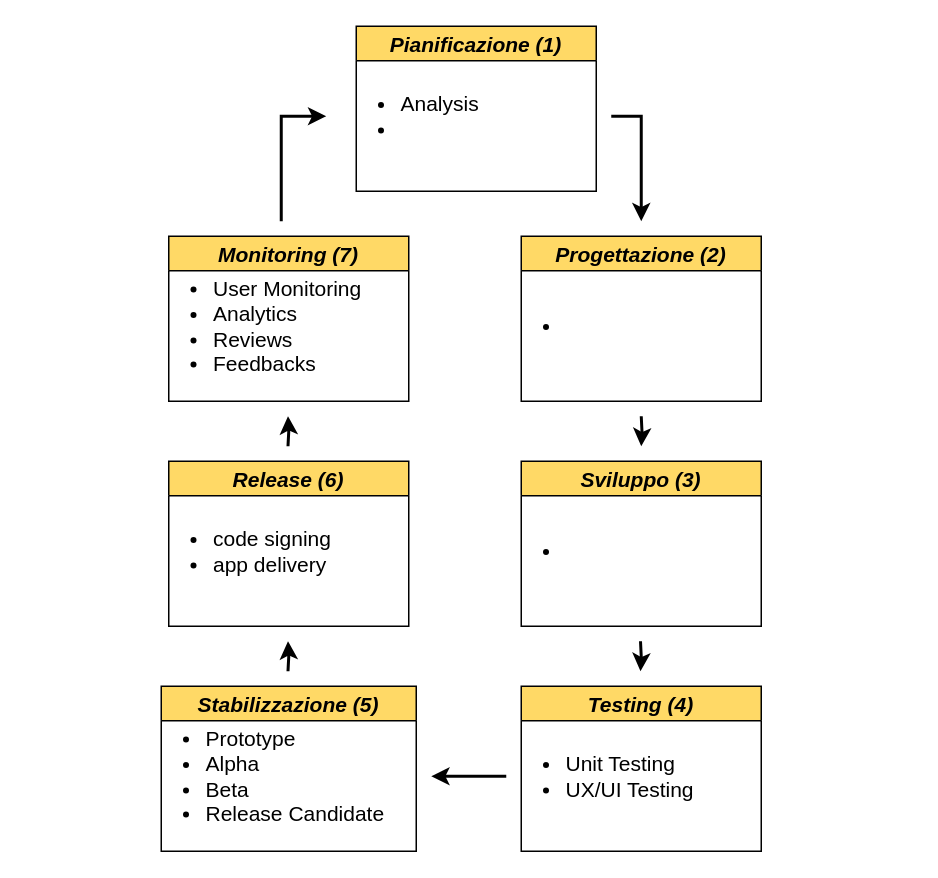
Above: page "Page-9" (9 of 10) of tesi-2.drawio in paganellif/tesi-paganelli (draw.io), before the change. Source tidied: cells renumbered, new cells numbered last; positions are measured from the earlier drawing's top-left corner, leaving out a move shared by most shapes. Both pictures are drawn from the tidied source at 150%, with x=0, y=0 at pixel (146, 26).
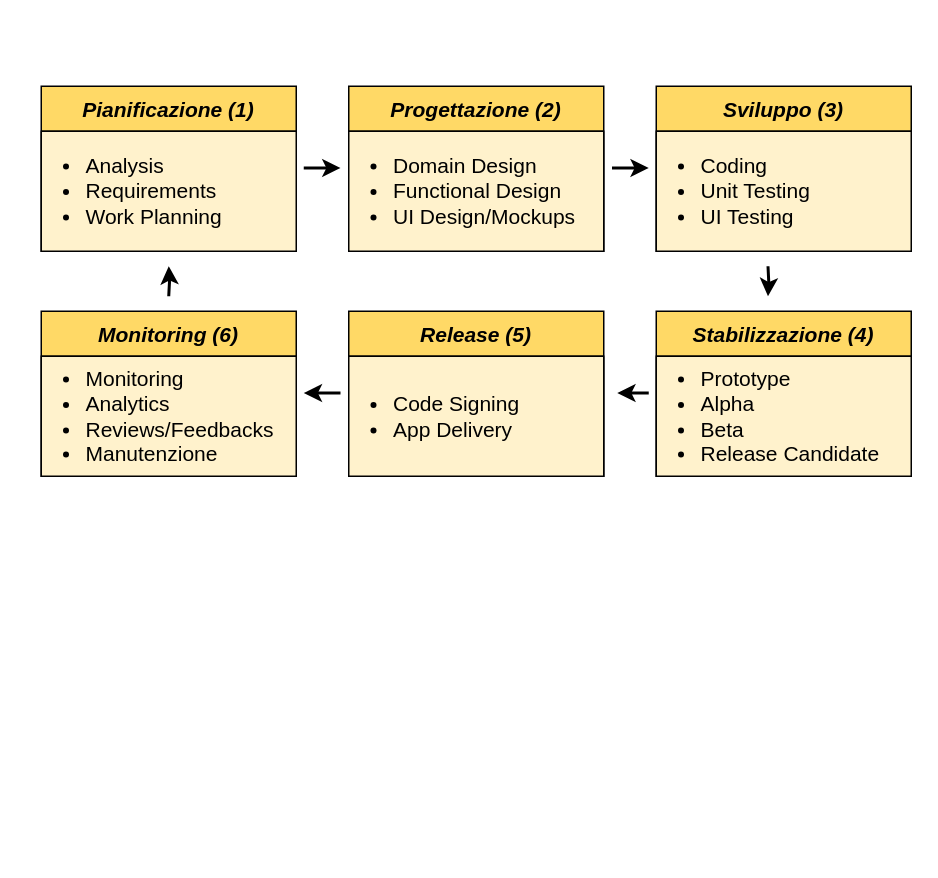
After the change.

Change to the diagram source:
```diff
@@
-    <mxCell id="2" value="Testing (4)" style="swimlane;fillColor=#FFD966;fontSize=14;fontStyle=3;" parent="1" vertex="1">
-      <mxGeometry x="250" y="440" width="160" height="110" as="geometry" />
-    </mxCell>
-    <mxCell id="3" value="&lt;ul style=&quot;font-size: 14px;&quot;&gt;&lt;li style=&quot;font-size: 14px;&quot;&gt;Unit Testing&lt;/li&gt;&lt;li style=&quot;font-size: 14px;&quot;&gt;UX/UI Testing&lt;/li&gt;&lt;/ul&gt;" style="text;html=1;align=left;verticalAlign=middle;strokeColor=none;fillColor=none;fontSize=14;spacing=0;" parent="2" vertex="1">
-      <mxGeometry x="-10" y="25" width="140" height="70" as="geometry" />
-    </mxCell>
-    <mxCell id="4" value="Stabilizzazione (5)" style="swimlane;fillColor=#FFD966;fontSize=14;fontStyle=3;" parent="1" vertex="1">
-      <mxGeometry x="10" y="440" width="170" height="110" as="geometry" />
+    <mxCell id="4" value="Stabilizzazione (4)" style="swimlane;fillColor=#FFD966;fontSize=14;fontStyle=3;startSize=30;" parent="1" vertex="1">
+      <mxGeometry x="340" y="190" width="170" height="110" as="geometry" />
     </mxCell>
+    <mxCell id="23" style="rounded=0;whiteSpace=wrap;html=1;fillColor=#fff2cc;strokeColor=#000000;" parent="4" vertex="1">
+      <mxGeometry y="30" width="170" height="80" as="geometry" />
+    </mxCell>
     <mxCell id="5" value="&lt;ul style=&quot;font-size: 14px;&quot;&gt;&lt;li style=&quot;font-size: 14px;&quot;&gt;Prototype&lt;/li&gt;&lt;li style=&quot;font-size: 14px;&quot;&gt;Alpha&lt;/li&gt;&lt;li style=&quot;font-size: 14px;&quot;&gt;Beta&lt;/li&gt;&lt;li style=&quot;font-size: 14px;&quot;&gt;Release Candidate&lt;/li&gt;&lt;/ul&gt;" style="text;html=1;align=left;verticalAlign=middle;strokeColor=none;fillColor=none;fontSize=14;spacing=0;" parent="4" vertex="1">
-      <mxGeometry x="-10" y="10" width="180" height="100" as="geometry" />
+      <mxGeometry x="-10" y="20" width="180" height="100" as="geometry" />
     </mxCell>
     <mxCell id="6" style="endArrow=classic;startArrow=none;html=1;rounded=0;strokeWidth=2;edgeStyle=orthogonalEdgeStyle;curved=1;startFill=0;" parent="1" edge="1">
       <mxGeometry relative="1" as="geometry">
-        <mxPoint x="330" y="260" as="sourcePoint" />
-        <mxPoint x="330" y="280" as="targetPoint" />
+        <mxPoint x="414.5" y="160" as="sourcePoint" />
+        <mxPoint x="414.5" y="180" as="targetPoint" />
       </mxGeometry>
     </mxCell>
-    <mxCell id="7" style="endArrow=classic;startArrow=none;html=1;rounded=0;strokeWidth=2;edgeStyle=orthogonalEdgeStyle;curved=1;startFill=0;" parent="1" edge="1">
-      <mxGeometry relative="1" as="geometry">
-        <mxPoint x="240" y="500" as="sourcePoint" />
-        <mxPoint x="190" y="500" as="targetPoint" />
-        <Array as="points">
-          <mxPoint x="240" y="500" />
-          <mxPoint x="240" y="500" />
-        </Array>
-      </mxGeometry>
-    </mxCell>
     <mxCell id="8" style="endArrow=classic;startArrow=none;html=1;rounded=0;strokeWidth=2;edgeStyle=orthogonalEdgeStyle;curved=1;startFill=0;" parent="1" edge="1">
       <mxGeometry relative="1" as="geometry">
-        <mxPoint x="94.5" y="280" as="sourcePoint" />
-        <mxPoint x="94.5" y="260" as="targetPoint" />
+        <mxPoint x="15" y="180" as="sourcePoint" />
+        <mxPoint x="15" y="160" as="targetPoint" />
       </mxGeometry>
     </mxCell>
-    <mxCell id="9" value="Sviluppo (3)" style="swimlane;fillColor=#FFD966;fontSize=14;fontStyle=3;" parent="1" vertex="1">
-      <mxGeometry x="250" y="290" width="160" height="110" as="geometry" />
+    <mxCell id="9" value="Sviluppo (3)" style="swimlane;fillColor=#FFD966;fontSize=14;fontStyle=3;startSize=30;" parent="1" vertex="1">
+      <mxGeometry x="340" y="40" width="170" height="110" as="geometry" />
     </mxCell>
+    <mxCell id="24" style="rounded=0;whiteSpace=wrap;html=1;fillColor=#fff2cc;strokeColor=#000000;" parent="9" vertex="1">
+      <mxGeometry y="30" width="170" height="80" as="geometry" />
+    </mxCell>
-    <mxCell id="10" value="&lt;ul style=&quot;font-size: 14px;&quot;&gt;&lt;li style=&quot;font-size: 14px;&quot;&gt;&lt;br&gt;&lt;/li&gt;&lt;/ul&gt;" style="text;html=1;align=left;verticalAlign=middle;strokeColor=none;fillColor=none;fontSize=14;spacing=0;" parent="9" vertex="1">
-      <mxGeometry x="-10" y="35" width="60" height="50" as="geometry" />
+    <mxCell id="10" value="&lt;ul style=&quot;font-size: 14px;&quot;&gt;&lt;li&gt;Coding&lt;/li&gt;&lt;li&gt;Unit Testing&lt;/li&gt;&lt;li&gt;UI Testing&lt;/li&gt;&lt;/ul&gt;" style="text;html=1;align=left;verticalAlign=middle;strokeColor=none;fillColor=none;fontSize=14;spacing=0;" parent="9" vertex="1">
+      <mxGeometry x="-10" y="25" width="130" height="90" as="geometry" />
     </mxCell>
-    <mxCell id="11" value="Progettazione (2)" style="swimlane;fillColor=#FFD966;fontSize=14;fontStyle=3;" parent="1" vertex="1">
-      <mxGeometry x="250" y="140" width="160" height="110" as="geometry" />
+    <mxCell id="11" value="Progettazione (2)" style="swimlane;fillColor=#FFD966;fontSize=14;fontStyle=3;startSize=30;" parent="1" vertex="1">
+      <mxGeometry x="135" y="40" width="170" height="110" as="geometry" />
     </mxCell>
+    <mxCell id="25" style="rounded=0;whiteSpace=wrap;html=1;fillColor=#fff2cc;strokeColor=#000000;" parent="11" vertex="1">
+      <mxGeometry y="30" width="170" height="80" as="geometry" />
+    </mxCell>
-    <mxCell id="12" value="&lt;ul style=&quot;font-size: 14px;&quot;&gt;&lt;li style=&quot;font-size: 14px;&quot;&gt;&lt;br&gt;&lt;/li&gt;&lt;/ul&gt;" style="text;html=1;align=left;verticalAlign=middle;strokeColor=none;fillColor=none;fontSize=14;spacing=0;" parent="11" vertex="1">
-      <mxGeometry x="-10" y="35" width="60" height="50" as="geometry" />
+    <mxCell id="12" value="&lt;ul style=&quot;font-size: 14px;&quot;&gt;&lt;li style=&quot;font-size: 14px;&quot;&gt;Domain Design&lt;/li&gt;&lt;li style=&quot;font-size: 14px;&quot;&gt;Functional Design&lt;/li&gt;&lt;li style=&quot;font-size: 14px;&quot;&gt;UI Design/Mockups&lt;/li&gt;&lt;/ul&gt;" style="text;html=1;align=left;verticalAlign=middle;strokeColor=none;fillColor=none;fontSize=14;spacing=0;" parent="11" vertex="1">
+      <mxGeometry x="-10" y="25" width="180" height="90" as="geometry" />
     </mxCell>
-    <mxCell id="13" value="Monitoring (7)" style="swimlane;fillColor=#FFD966;fontSize=14;fontStyle=3;" parent="1" vertex="1">
-      <mxGeometry x="15" y="140" width="160" height="110" as="geometry" />
+    <mxCell id="13" value="Monitoring (6)" style="swimlane;fillColor=#FFD966;fontSize=14;fontStyle=3;startSize=30;" parent="1" vertex="1">
+      <mxGeometry x="-70" y="190" width="170" height="110" as="geometry" />
     </mxCell>
+    <mxCell id="26" style="rounded=0;whiteSpace=wrap;html=1;fillColor=#fff2cc;strokeColor=#000000;" parent="13" vertex="1">
+      <mxGeometry y="30" width="170" height="80" as="geometry" />
+    </mxCell>
-    <mxCell id="14" value="&lt;ul style=&quot;font-size: 14px;&quot;&gt;&lt;li style=&quot;font-size: 14px;&quot;&gt;User Monitoring&lt;/li&gt;&lt;li style=&quot;font-size: 14px;&quot;&gt;Analytics&lt;/li&gt;&lt;li style=&quot;font-size: 14px;&quot;&gt;Reviews&lt;/li&gt;&lt;li style=&quot;font-size: 14px;&quot;&gt;Feedbacks&lt;/li&gt;&lt;/ul&gt;" style="text;html=1;align=left;verticalAlign=middle;strokeColor=none;fillColor=none;fontSize=14;spacing=0;" parent="13" vertex="1">
-      <mxGeometry x="-10" y="10" width="160" height="100" as="geometry" />
+    <mxCell id="14" value="&lt;ul style=&quot;font-size: 14px;&quot;&gt;&lt;li style=&quot;font-size: 14px;&quot;&gt;Monitoring&lt;/li&gt;&lt;li style=&quot;font-size: 14px;&quot;&gt;Analytics&lt;/li&gt;&lt;li style=&quot;font-size: 14px;&quot;&gt;Reviews/Feedbacks&lt;/li&gt;&lt;li style=&quot;font-size: 14px;&quot;&gt;Manutenzione&lt;/li&gt;&lt;/ul&gt;" style="text;html=1;align=left;verticalAlign=middle;strokeColor=none;fillColor=none;fontSize=14;spacing=0;" parent="13" vertex="1">
+      <mxGeometry x="-10" y="20" width="180" height="100" as="geometry" />
     </mxCell>
-    <mxCell id="15" value="Release (6)" style="swimlane;fillColor=#FFD966;fontSize=14;fontStyle=3;" parent="1" vertex="1">
-      <mxGeometry x="15" y="290" width="160" height="110" as="geometry" />
+    <mxCell id="15" value="Release (5)" style="swimlane;fillColor=#FFD966;fontSize=14;fontStyle=3;startSize=30;" parent="1" vertex="1">
+      <mxGeometry x="135" y="190" width="170" height="110" as="geometry" />
     </mxCell>
+    <mxCell id="27" style="rounded=0;whiteSpace=wrap;html=1;fillColor=#fff2cc;strokeColor=#000000;" parent="15" vertex="1">
+      <mxGeometry y="30" width="170" height="80" as="geometry" />
+    </mxCell>
-    <mxCell id="16" value="&lt;ul style=&quot;font-size: 14px;&quot;&gt;&lt;li style=&quot;font-size: 14px;&quot;&gt;code signing&lt;/li&gt;&lt;li style=&quot;font-size: 14px;&quot;&gt;app delivery&lt;/li&gt;&lt;/ul&gt;" style="text;html=1;align=left;verticalAlign=middle;strokeColor=none;fillColor=none;fontSize=14;spacing=0;" parent="15" vertex="1">
-      <mxGeometry x="-10" y="25" width="140" height="70" as="geometry" />
+    <mxCell id="16" value="&lt;ul style=&quot;font-size: 14px;&quot;&gt;&lt;li style=&quot;font-size: 14px;&quot;&gt;Code Signing&lt;/li&gt;&lt;li style=&quot;font-size: 14px;&quot;&gt;App Delivery&lt;/li&gt;&lt;/ul&gt;" style="text;html=1;align=left;verticalAlign=middle;strokeColor=none;fillColor=none;fontSize=14;spacing=0;" parent="15" vertex="1">
+      <mxGeometry x="-10" y="35" width="140" height="70" as="geometry" />
     </mxCell>
-    <mxCell id="17" value="Pianificazione (1)" style="swimlane;fillColor=#FFD966;fontSize=14;fontStyle=3;" parent="1" vertex="1">
-      <mxGeometry x="140" width="160" height="110" as="geometry" />
+    <mxCell id="17" value="Pianificazione (1)" style="swimlane;fillColor=#FFD966;fontSize=14;fontStyle=3;startSize=30;" parent="1" vertex="1">
+      <mxGeometry x="-70" y="40" width="170" height="110" as="geometry" />
     </mxCell>
+    <mxCell id="28" style="rounded=0;whiteSpace=wrap;html=1;fillColor=#fff2cc;strokeColor=#000000;" parent="17" vertex="1">
+      <mxGeometry y="30" width="170" height="80" as="geometry" />
+    </mxCell>
-    <mxCell id="18" value="&lt;ul style=&quot;font-size: 14px;&quot;&gt;&lt;li style=&quot;font-size: 14px;&quot;&gt;Analysis&lt;/li&gt;&lt;li style=&quot;font-size: 14px;&quot;&gt;&lt;br&gt;&lt;/li&gt;&lt;/ul&gt;" style="text;html=1;align=left;verticalAlign=middle;strokeColor=none;fillColor=none;fontSize=14;spacing=0;" parent="17" vertex="1">
-      <mxGeometry x="-10" y="25" width="110" height="70" as="geometry" />
+    <mxCell id="18" value="&lt;ul style=&quot;font-size: 14px;&quot;&gt;&lt;li style=&quot;font-size: 14px;&quot;&gt;Analysis&amp;nbsp;&lt;/li&gt;&lt;li style=&quot;font-size: 14px;&quot;&gt;Requirements&lt;/li&gt;&lt;li style=&quot;font-size: 14px;&quot;&gt;Work Planning&lt;/li&gt;&lt;/ul&gt;" style="text;html=1;align=left;verticalAlign=middle;strokeColor=none;fillColor=none;fontSize=14;spacing=0;" parent="17" vertex="1">
+      <mxGeometry x="-10" y="25" width="150" height="90" as="geometry" />
     </mxCell>
-    <mxCell id="19" style="endArrow=classic;startArrow=none;html=1;rounded=0;strokeWidth=2;startFill=0;" parent="1" edge="1">
-      <mxGeometry relative="1" as="geometry">
-        <mxPoint x="310" y="60" as="sourcePoint" />
-        <mxPoint x="330" y="130" as="targetPoint" />
-        <Array as="points">
-          <mxPoint x="330" y="60" />
-        </Array>
-      </mxGeometry>
-    </mxCell>
-    <mxCell id="20" style="endArrow=classic;startArrow=none;html=1;rounded=0;strokeWidth=2;startFill=0;" parent="1" edge="1">
-      <mxGeometry relative="1" as="geometry">
-        <mxPoint x="90" y="130" as="sourcePoint" />
-        <mxPoint x="120" y="60" as="targetPoint" />
-        <Array as="points">
-          <mxPoint x="90" y="60" />
-        </Array>
-      </mxGeometry>
-    </mxCell>
-    <mxCell id="21" style="endArrow=classic;startArrow=none;html=1;rounded=0;strokeWidth=2;edgeStyle=orthogonalEdgeStyle;curved=1;startFill=0;" parent="1" edge="1">
-      <mxGeometry relative="1" as="geometry">
-        <mxPoint x="329.5" y="410" as="sourcePoint" />
-        <mxPoint x="329.5" y="430" as="targetPoint" />
-      </mxGeometry>
-    </mxCell>
     <mxCell id="22" style="endArrow=classic;startArrow=none;html=1;rounded=0;strokeWidth=2;edgeStyle=orthogonalEdgeStyle;curved=1;startFill=0;" parent="1" edge="1">
       <mxGeometry relative="1" as="geometry">
-        <mxPoint x="94.5" y="430" as="sourcePoint" />
-        <mxPoint x="94.5" y="410" as="targetPoint" />
+        <mxPoint x="105" y="94.5" as="sourcePoint" />
+        <mxPoint x="129.5" y="94.5" as="targetPoint" />
       </mxGeometry>
     </mxCell>
+    <mxCell id="29" style="endArrow=classic;startArrow=none;html=1;rounded=0;strokeWidth=2;edgeStyle=orthogonalEdgeStyle;curved=1;startFill=0;" parent="1" edge="1">
+      <mxGeometry relative="1" as="geometry">
+        <mxPoint x="310.5" y="94.5" as="sourcePoint" />
+        <mxPoint x="335" y="94.5" as="targetPoint" />
+      </mxGeometry>
+    </mxCell>
+    <mxCell id="30" style="endArrow=classic;startArrow=none;html=1;rounded=0;strokeWidth=2;edgeStyle=orthogonalEdgeStyle;curved=1;startFill=0;" parent="1" edge="1">
+      <mxGeometry relative="1" as="geometry">
+        <mxPoint x="335" y="244.5" as="sourcePoint" />
+        <mxPoint x="314" y="244.5" as="targetPoint" />
+      </mxGeometry>
+    </mxCell>
+    <mxCell id="31" style="endArrow=classic;startArrow=none;html=1;rounded=0;strokeWidth=2;edgeStyle=orthogonalEdgeStyle;curved=1;startFill=0;" parent="1" edge="1">
+      <mxGeometry relative="1" as="geometry">
+        <mxPoint x="129.5" y="244.5" as="sourcePoint" />
+        <mxPoint x="105" y="244.5" as="targetPoint" />
+      </mxGeometry>
+    </mxCell>
```
